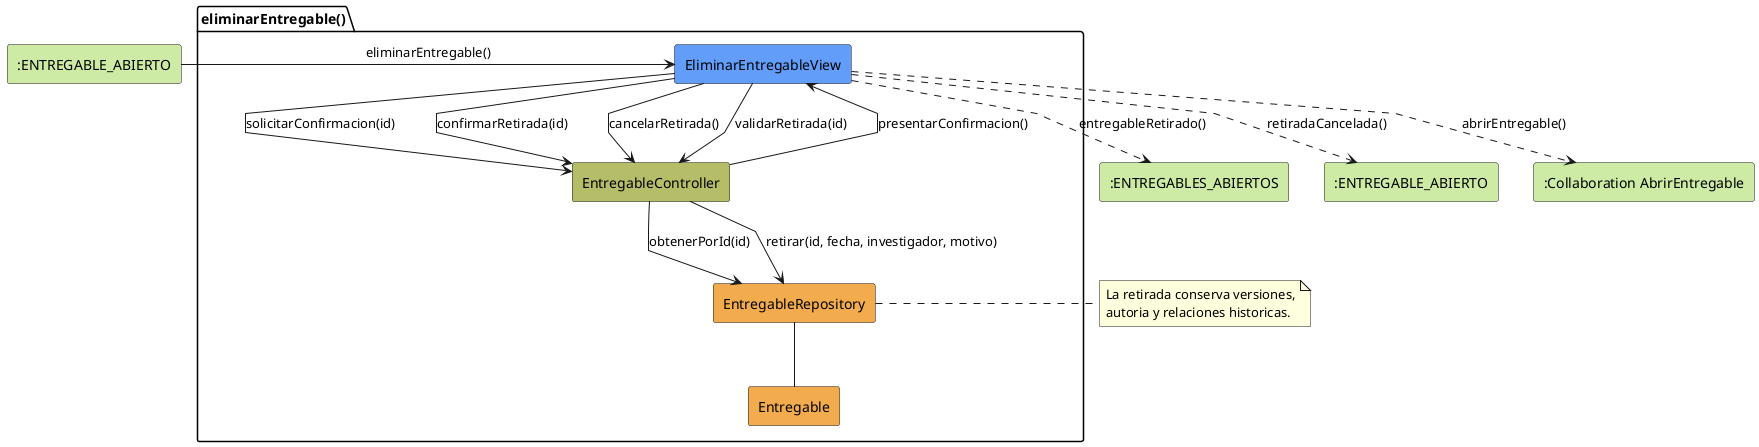
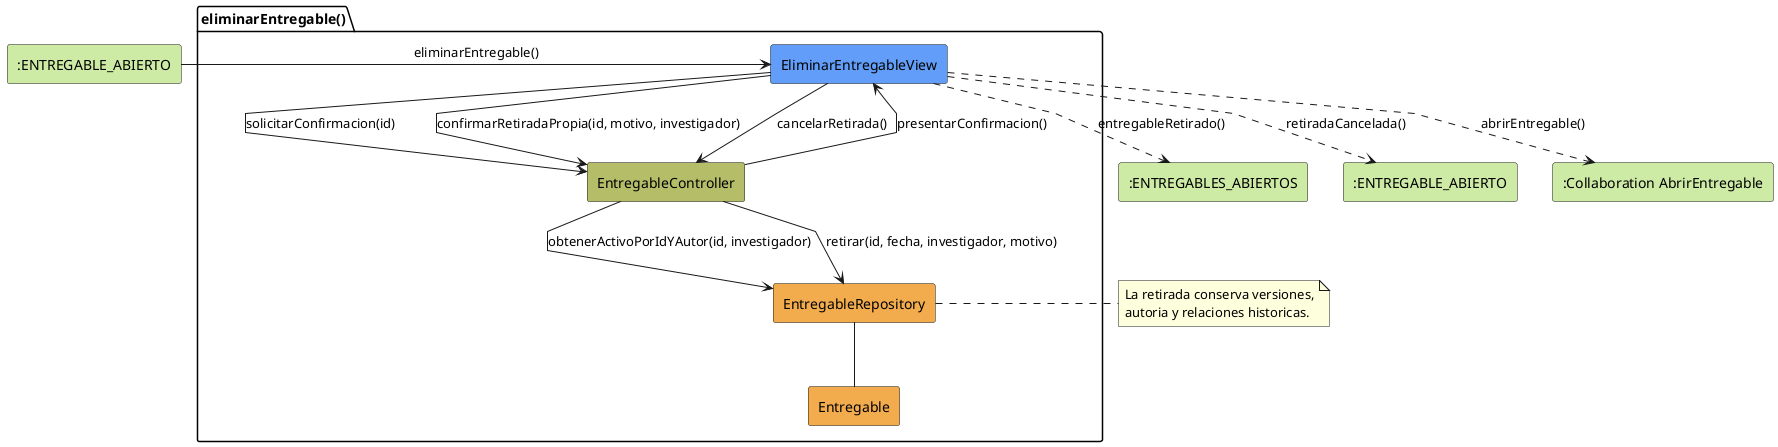
@startuml eliminarEntregable-analisis
skinparam linetype polyline

rectangle #CDEBA5 ":ENTREGABLE_ABIERTO" as EstadoEntrada
package eliminarEntregable as "eliminarEntregable()" {
    rectangle #629EF9 EliminarEntregableView
    rectangle #b5bd68 EntregableController
    rectangle #F2AC4E EntregableRepository
    rectangle #F2AC4E Entregable
}

rectangle #CDEBA5 ":ENTREGABLES_ABIERTOS" as EstadoSalidaExitosa
rectangle #CDEBA5 ":ENTREGABLE_ABIERTO" as EstadoSalidaCancelada
rectangle #CDEBA5 ":Collaboration AbrirEntregable" as AbrirEntregable

EstadoEntrada -r-> EliminarEntregableView: eliminarEntregable()

EliminarEntregableView -d-> EntregableController: solicitarConfirmacion(id)
EntregableController --> EliminarEntregableView: presentarConfirmacion()
- EliminarEntregableView --> EntregableController: confirmarRetirada(id)
+ EliminarEntregableView --> EntregableController: confirmarRetiradaPropia(id, motivo, investigador)
EliminarEntregableView --> EntregableController: cancelarRetirada()
- EliminarEntregableView --> EntregableController: validarRetirada(id)
- EntregableController --> EntregableRepository: obtenerPorId(id)
+ EntregableController --> EntregableRepository: obtenerActivoPorIdYAutor(id, investigador)
EntregableController --> EntregableRepository: retirar(id, fecha, investigador, motivo)
EntregableRepository -- Entregable
EliminarEntregableView ..> EstadoSalidaExitosa: entregableRetirado()
EliminarEntregableView ..> EstadoSalidaCancelada: retiradaCancelada()
EliminarEntregableView ..> AbrirEntregable: abrirEntregable()

note right of EntregableRepository
La retirada conserva versiones,
autoria y relaciones historicas.
end note

@enduml
